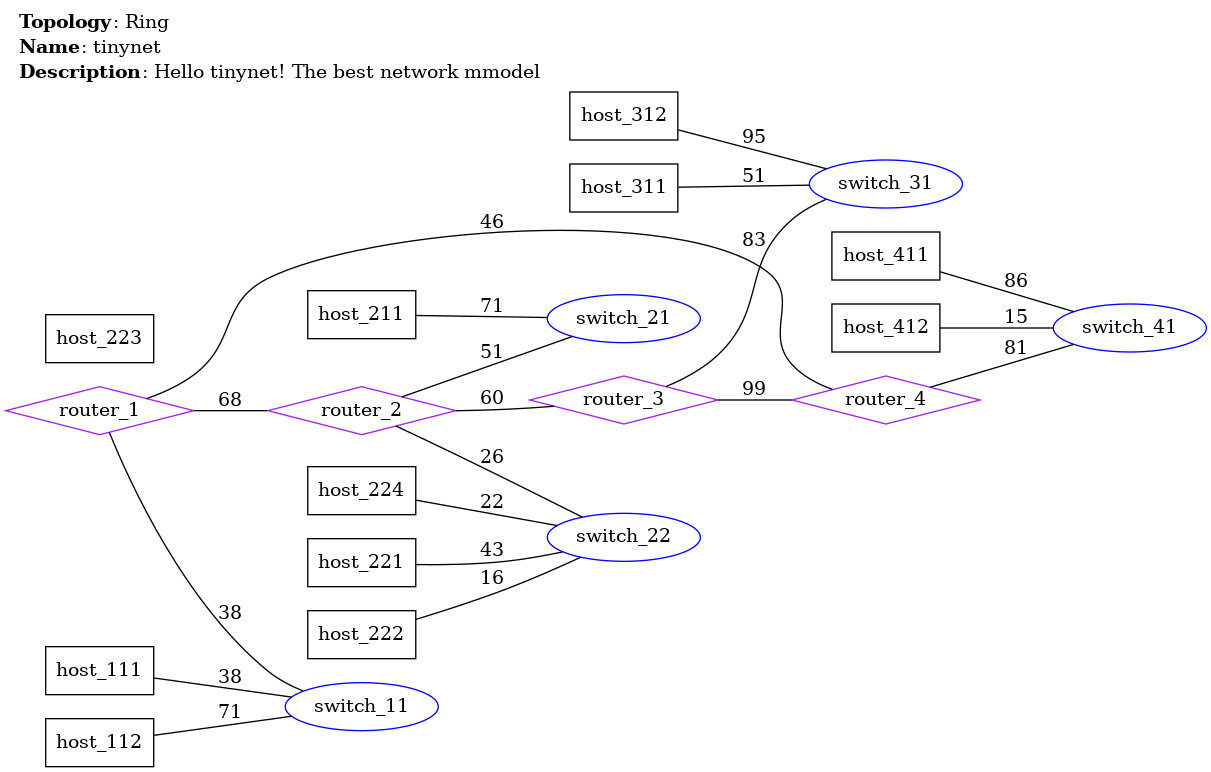
The Graphviz diagram conf/image/net.png in zpnst/tinynet, before a commit. Its source is kept beside it as conf/data/net.dot.
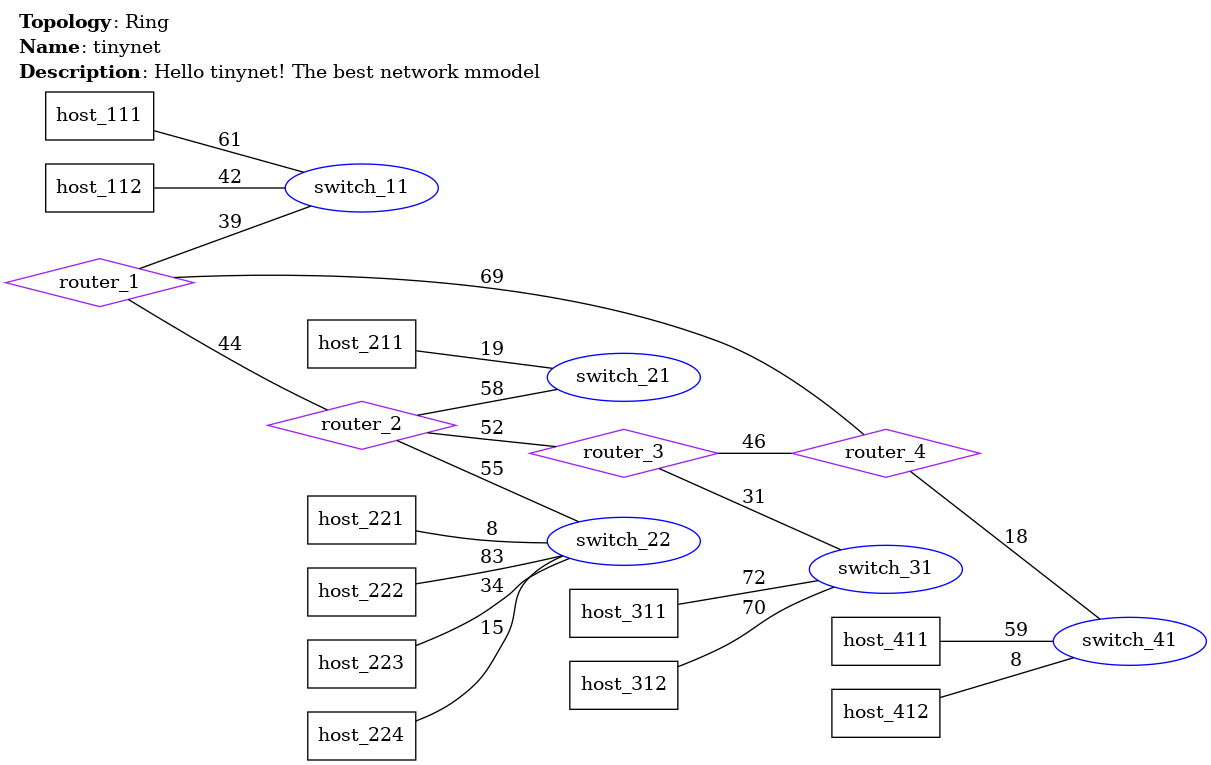
The same file after the commit.

What changed in the source:
```diff
@@ -29,24 +29,24 @@
     "host_312" [shape=box, color=black, label="host_312"];
     "host_411" [shape=box, color=black, label="host_411"];
     "host_412" [shape=box, color=black, label="host_412"];
-    "router_1" -- "router_2" [label="18"];
-    "router_1" -- "router_4" [label="63"];
-    "router_1" -- "switch_11" [label="21"];
-    "router_2" -- "router_3" [label="21"];
-    "router_2" -- "switch_21" [label="17"];
-    "router_2" -- "switch_22" [label="16"];
-    "router_3" -- "router_4" [label="41"];
-    "router_3" -- "switch_31" [label="77"];
-    "router_4" -- "switch_41" [label="89"];
-    "host_111" -- "switch_11" [label="95"];
-    "host_112" -- "switch_11" [label="28"];
-    "host_211" -- "switch_21" [label="13"];
-    "host_221" -- "switch_22" [label="83"];
-    "host_222" -- "switch_22" [label="27"];
-    "host_223" -- "switch_22" [label="19"];
-    "host_224" -- "switch_22" [label="94"];
-    "host_311" -- "switch_31" [label="95"];
-    "host_312" -- "switch_31" [label="67"];
-    "host_411" -- "switch_41" [label="19"];
-    "host_412" -- "switch_41" [label="48"];
+    "router_1" -- "router_2" [label="44"];
+    "router_1" -- "router_4" [label="69"];
+    "router_1" -- "switch_11" [label="39"];
+    "router_2" -- "router_3" [label="52"];
+    "router_2" -- "switch_21" [label="58"];
+    "router_2" -- "switch_22" [label="55"];
+    "router_3" -- "router_4" [label="46"];
+    "router_3" -- "switch_31" [label="31"];
+    "router_4" -- "switch_41" [label="18"];
+    "host_111" -- "switch_11" [label="61"];
+    "host_112" -- "switch_11" [label="42"];
+    "host_211" -- "switch_21" [label="19"];
+    "host_221" -- "switch_22" [label="8"];
+    "host_222" -- "switch_22" [label="83"];
+    "host_223" -- "switch_22" [label="34"];
+    "host_224" -- "switch_22" [label="15"];
+    "host_311" -- "switch_31" [label="72"];
+    "host_312" -- "switch_31" [label="70"];
+    "host_411" -- "switch_41" [label="59"];
+    "host_412" -- "switch_41" [label="8"];
 }
```
